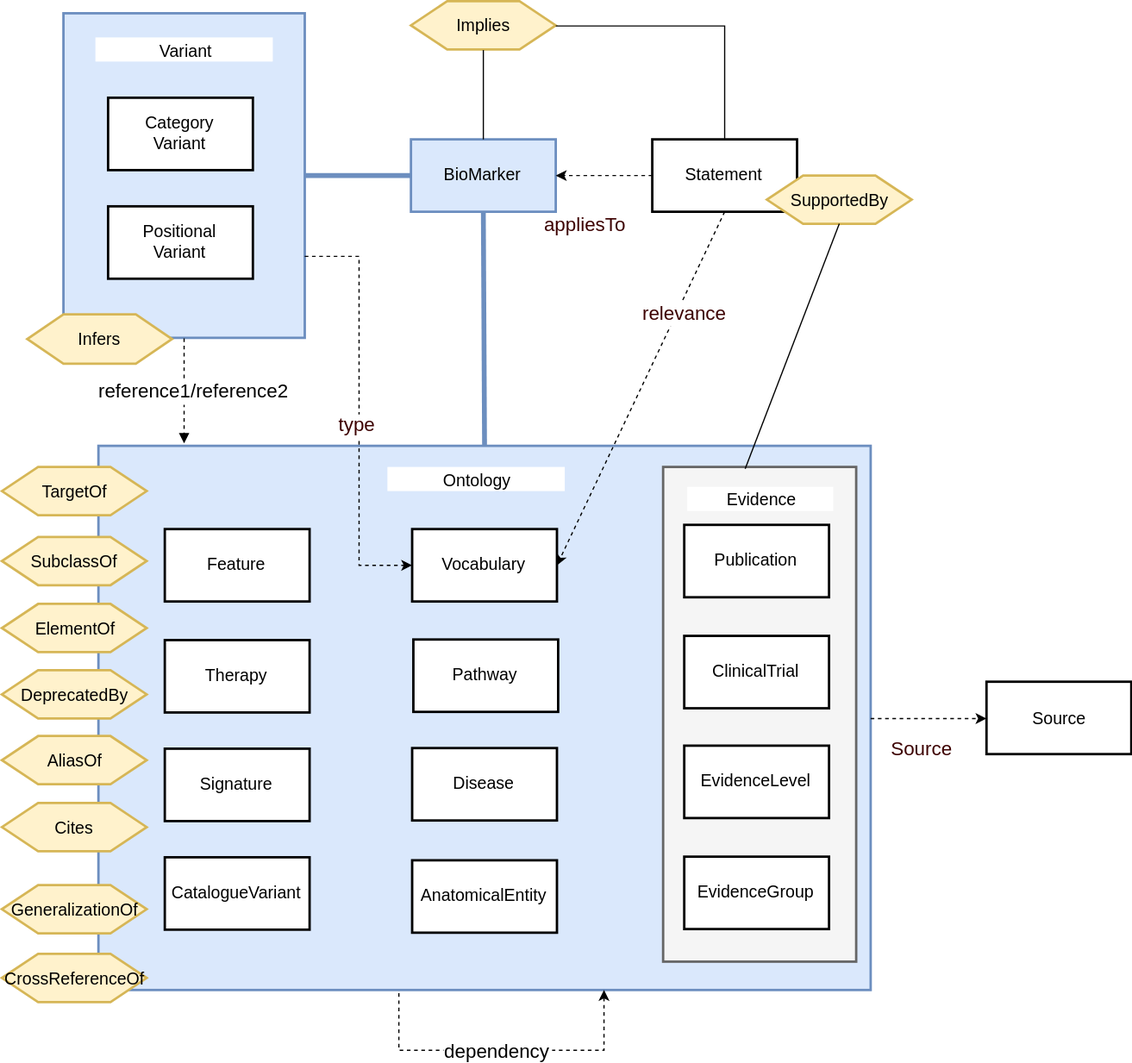
Above: doc/schema.svg in bcgsc/pori_graphkb_schema (draw.io), before the change. Source tidied: cells renumbered, new cells last; positions are measured from the earlier drawing's top-left corner, leaving out a move shared by most shapes. The source it was exported from:
```xml
<mxGraphModel>
  <root>
    <mxCell id="0" />
    <mxCell id="1" parent="0" />
    <mxCell id="2" style="whiteSpace=wrap;shadow=0;strokeWidth=2;fillColor=#dae8fc;rounded=0;fontSize=14;strokeColor=#6c8ebf;" parent="1" vertex="1">
      <mxGeometry x="80" y="369" width="640" height="451" as="geometry" />
    </mxCell>
    <mxCell id="3" style="shadow=0;strokeWidth=2;fillColor=#f5f5f5;rounded=0;fontSize=14;strokeColor=#666666;fontColor=#333333;" parent="1" vertex="1">
      <mxGeometry x="548" y="386.5" width="160" height="410" as="geometry" />
    </mxCell>
    <mxCell id="4" style="whiteSpace=wrap;shadow=0;strokeWidth=2;fillColor=#dae8fc;rounded=0;fontSize=14;strokeColor=#6c8ebf;" parent="1" vertex="1">
      <mxGeometry x="51" y="10.5" width="200" height="269" as="geometry" />
    </mxCell>
    <mxCell id="5" value="Therapy" style="rounded=0;shadow=0;strokeColor=#000000;strokeWidth=2;fillColor=#ffffff;fontSize=14;" parent="1" vertex="1">
      <mxGeometry x="135" y="530" width="120" height="60" as="geometry" />
    </mxCell>
    <mxCell id="6" value="AliasOf" style="shape=hexagon;perimeter=hexagonPerimeter2;whiteSpace=wrap;rounded=0;shadow=0;strokeWidth=2;fontSize=14;fillColor=#fff2cc;strokeColor=#d6b656;" parent="1" vertex="1">
      <mxGeometry y="609.5" width="120" height="40" as="geometry" />
    </mxCell>
    <mxCell id="7" value="DeprecatedBy" style="shape=hexagon;perimeter=hexagonPerimeter2;whiteSpace=wrap;rounded=0;shadow=0;strokeWidth=2;fontSize=14;fillColor=#fff2cc;strokeColor=#d6b656;" parent="1" vertex="1">
      <mxGeometry y="555" width="120" height="40" as="geometry" />
    </mxCell>
    <mxCell id="8" value="Statement" style="rounded=0;shadow=0;strokeColor=#000000;strokeWidth=2;fillColor=#ffffff;fontSize=14;" parent="1" vertex="1">
      <mxGeometry x="539" y="115" width="120" height="60" as="geometry" />
    </mxCell>
    <mxCell id="9" value="&#10;BioMarker&#10;" style="rounded=0;shadow=0;strokeColor=#6c8ebf;strokeWidth=2;fillColor=#dae8fc;fontSize=14;" parent="1" vertex="1">
      <mxGeometry x="339" y="115" width="120" height="60" as="geometry" />
    </mxCell>
    <mxCell id="10" style="rounded=0;exitX=0.5;exitY=1;startArrow=none;startFill=0;endArrow=none;endFill=0;jettySize=auto;strokeWidth=4;fillColor=#dae8fc;fontSize=14;strokeColor=#6c8ebf;entryX=0.5;entryY=0;" parent="1" edge="1" source="9" target="2">
      <mxGeometry relative="1" as="geometry" />
    </mxCell>
    <mxCell id="11" value="Implies" style="shape=hexagon;perimeter=hexagonPerimeter2;whiteSpace=wrap;rounded=0;shadow=0;strokeWidth=2;fontSize=14;fillColor=#fff2cc;strokeColor=#d6b656;" parent="1" vertex="1">
      <mxGeometry x="339" y="0.5" width="120" height="40" as="geometry" />
    </mxCell>
    <mxCell id="12" value="SupportedBy" style="shape=hexagon;perimeter=hexagonPerimeter2;whiteSpace=wrap;rounded=0;shadow=0;strokeWidth=2;fontSize=14;fillColor=#fff2cc;strokeColor=#d6b656;" parent="1" vertex="1">
      <mxGeometry x="634" y="145" width="120" height="40" as="geometry" />
    </mxCell>
    <mxCell id="13" style="rounded=0;exitX=0.5;exitY=1;startArrow=none;startFill=0;endArrow=none;endFill=0;jettySize=auto;strokeWidth=1;fillColor=#ffffff;fontSize=14;entryX=0.428;entryY=0.004;entryPerimeter=0;" parent="1" edge="1" source="12" target="3">
      <mxGeometry relative="1" as="geometry" />
    </mxCell>
    <mxCell id="14" value="Infers" style="shape=hexagon;perimeter=hexagonPerimeter2;whiteSpace=wrap;rounded=0;shadow=0;strokeWidth=2;fontSize=14;fillColor=#fff2cc;strokeColor=#d6b656;" parent="1" vertex="1">
      <mxGeometry x="21" y="260" width="120" height="41" as="geometry" />
    </mxCell>
    <mxCell id="15" value="Pathway" style="rounded=0;shadow=0;strokeColor=#000000;strokeWidth=2;fillColor=#ffffff;fontSize=14;" parent="1" vertex="1">
      <mxGeometry x="341" y="529.5" width="120" height="60" as="geometry" />
    </mxCell>
    <mxCell id="16" value="Evidence" style="text;strokeColor=none;fillColor=#ffffff;align=center;verticalAlign=middle;whiteSpace=wrap;rounded=0;shadow=0;fontSize=14;" parent="1" vertex="1">
      <mxGeometry x="568" y="403" width="121" height="20" as="geometry" />
    </mxCell>
    <mxCell id="17" value="Publication" style="rounded=0;shadow=0;strokeColor=#000000;strokeWidth=2;fillColor=#ffffff;fontSize=14;" parent="1" vertex="1">
      <mxGeometry x="565.5" y="434.5" width="120" height="60" as="geometry" />
    </mxCell>
    <mxCell id="18" value="ClinicalTrial" style="rounded=0;shadow=0;strokeColor=#000000;strokeWidth=2;fillColor=#ffffff;fontSize=14;" parent="1" vertex="1">
      <mxGeometry x="565.5" y="526.5" width="120" height="60" as="geometry" />
    </mxCell>
    <mxCell id="19" value="Ontology" style="text;strokeColor=none;fillColor=#ffffff;align=center;verticalAlign=middle;whiteSpace=wrap;rounded=0;shadow=0;fontSize=14;" parent="1" vertex="1">
      <mxGeometry x="319.5" y="386.5" width="147" height="20" as="geometry" />
    </mxCell>
    <mxCell id="20" value="ElementOf" style="shape=hexagon;perimeter=hexagonPerimeter2;whiteSpace=wrap;rounded=0;shadow=0;strokeWidth=2;fontSize=14;fillColor=#fff2cc;strokeColor=#d6b656;" parent="1" vertex="1">
      <mxGeometry y="500" width="120" height="40" as="geometry" />
    </mxCell>
    <mxCell id="21" value="SubclassOf" style="shape=hexagon;perimeter=hexagonPerimeter2;whiteSpace=wrap;rounded=0;shadow=0;strokeWidth=2;fontSize=14;fillColor=#fff2cc;strokeColor=#d6b656;" parent="1" vertex="1">
      <mxGeometry y="444.5" width="120" height="40" as="geometry" />
    </mxCell>
    <mxCell id="22" value="Feature" style="rounded=0;shadow=0;strokeColor=#000000;strokeWidth=2;fillColor=#ffffff;fontSize=14;" parent="1" vertex="1">
      <mxGeometry x="135" y="438" width="120" height="60" as="geometry" />
    </mxCell>
    <mxCell id="23" value="Vocabulary" style="rounded=0;shadow=0;strokeColor=#000000;strokeWidth=2;fillColor=#ffffff;fontSize=14;" parent="1" vertex="1">
      <mxGeometry x="340" y="438" width="120" height="60" as="geometry" />
    </mxCell>
    <mxCell id="24" value="&#10;Positional&#10;Variant&#10;" style="rounded=0;shadow=0;strokeColor=#000000;strokeWidth=2;fillColor=#ffffff;fontSize=14;" parent="1" vertex="1">
      <mxGeometry x="88" y="170.5" width="120" height="60" as="geometry" />
    </mxCell>
    <mxCell id="25" value="&#10;Category&#10;Variant&#10;" style="rounded=0;shadow=0;strokeColor=#000000;strokeWidth=2;fillColor=#ffffff;fontSize=14;" parent="1" vertex="1">
      <mxGeometry x="88" y="80.5" width="120" height="60" as="geometry" />
    </mxCell>
    <mxCell id="26" value="Variant" style="text;strokeColor=none;fillColor=#ffffff;align=center;verticalAlign=middle;whiteSpace=wrap;rounded=0;shadow=0;fontSize=14;" parent="1" vertex="1">
      <mxGeometry x="77.5" y="30.5" width="147" height="20" as="geometry" />
    </mxCell>
    <mxCell id="27" style="edgeStyle=orthogonalEdgeStyle;rounded=0;exitX=0;exitY=0.5;entryX=1;entryY=0.5;endArrow=none;endFill=0;strokeWidth=4;fillColor=#dae8fc;fontSize=14;strokeColor=#6c8ebf;startArrow=none;" parent="1" edge="1" source="9" target="4">
      <mxGeometry relative="1" as="geometry" />
    </mxCell>
    <mxCell id="28" value="Source" style="rounded=0;whiteSpace=wrap;shadow=0;strokeColor=#000000;strokeWidth=2;fillColor=#ffffff;fontSize=14;" parent="1" vertex="1">
      <mxGeometry x="816" y="564.5" width="120" height="60" as="geometry" />
    </mxCell>
    <mxCell id="29" value="TargetOf" style="shape=hexagon;perimeter=hexagonPerimeter2;whiteSpace=wrap;rounded=0;shadow=0;strokeWidth=2;fontSize=14;fillColor=#fff2cc;strokeColor=#d6b656;" parent="1" vertex="1">
      <mxGeometry y="386.5" width="120" height="40" as="geometry" />
    </mxCell>
    <mxCell id="30" style="rounded=0;exitX=0.5;exitY=1;endArrow=block;endFill=1;strokeWidth=1;fillColor=#ffffff;dashed=1;" parent="1" edge="1" source="4">
      <mxGeometry relative="1" as="geometry">
        <mxPoint x="151" y="367" as="targetPoint" />
      </mxGeometry>
    </mxCell>
    <mxCell id="31" value="reference1/reference2" style="text;align=center;verticalAlign=middle;labelBackgroundColor=#ffffff;fontSize=16;" parent="30" vertex="1">
      <mxGeometry x="-0.23" y="2" relative="1" as="geometry">
        <mxPoint x="5.5" y="9" as="offset" />
      </mxGeometry>
    </mxCell>
    <mxCell id="32" value="Signature" style="rounded=0;shadow=0;strokeColor=#000000;strokeWidth=2;fillColor=#ffffff;fontSize=14;" parent="1" vertex="1">
      <mxGeometry x="135" y="620" width="120" height="60" as="geometry" />
    </mxCell>
    <mxCell id="33" style="edgeStyle=orthogonalEdgeStyle;rounded=0;exitX=0.5;exitY=1;startArrow=classic;startFill=1;endArrow=none;endFill=0;strokeWidth=1;fillColor=#ffffff;fontSize=16;entryX=0.25;entryY=1;dashed=1;" parent="1" edge="1">
      <mxGeometry relative="1" as="geometry">
        <mxPoint x="498.5" y="819.5" as="sourcePoint" />
        <mxPoint x="328.5" y="819.5" as="targetPoint" />
        <Array as="points">
          <mxPoint x="473.5" y="869.5" />
          <mxPoint x="316.5" y="869.5" />
        </Array>
      </mxGeometry>
    </mxCell>
    <mxCell id="34" value="dependency" style="text;align=center;verticalAlign=middle;labelBackgroundColor=#ffffff;fontSize=16;" parent="33" vertex="1">
      <mxGeometry x="0.13" relative="1" as="geometry">
        <mxPoint x="13" as="offset" />
      </mxGeometry>
    </mxCell>
    <mxCell id="35" value="Cites" style="shape=hexagon;perimeter=hexagonPerimeter2;whiteSpace=wrap;rounded=0;shadow=0;strokeWidth=2;fontSize=14;fillColor=#fff2cc;strokeColor=#d6b656;" parent="1" vertex="1">
      <mxGeometry y="665" width="120" height="40" as="geometry" />
    </mxCell>
    <mxCell id="36" value="EvidenceLevel" style="rounded=0;shadow=0;strokeColor=#000000;strokeWidth=2;fillColor=#ffffff;fontSize=14;" parent="1" vertex="1">
      <mxGeometry x="565.5" y="617.5" width="120" height="60" as="geometry" />
    </mxCell>
    <mxCell id="37" style="edgeStyle=orthogonalEdgeStyle;rounded=0;exitX=0.5;exitY=0;entryX=0.5;entryY=1;startArrow=none;startFill=0;endArrow=none;endFill=0;strokeWidth=1;fillColor=#ffffff;fontSize=14;fontColor=#660000;" parent="1" edge="1" source="9" target="11">
      <mxGeometry relative="1" as="geometry" />
    </mxCell>
    <mxCell id="38" style="edgeStyle=orthogonalEdgeStyle;rounded=0;exitX=1;exitY=0.5;entryX=0.5;entryY=0;startArrow=none;startFill=0;endArrow=none;endFill=0;strokeWidth=1;fillColor=#ffffff;fontSize=14;fontColor=#660000;" parent="1" edge="1" source="11" target="8">
      <mxGeometry relative="1" as="geometry" />
    </mxCell>
    <mxCell id="39" style="rounded=0;entryX=0;entryY=0.5;startArrow=none;startFill=0;endArrow=classic;endFill=1;strokeWidth=1;fillColor=#ffffff;fontSize=14;fontColor=#660000;dashed=1;exitX=1;exitY=0.5;" parent="1" edge="1" source="2" target="28">
      <mxGeometry relative="1" as="geometry" />
    </mxCell>
    <mxCell id="40" value="Source" style="text;align=center;verticalAlign=middle;labelBackgroundColor=#ffffff;fontSize=16;fontColor=#3D0000;" parent="39" vertex="1">
      <mxGeometry x="0.12" y="-2" relative="1" as="geometry">
        <mxPoint x="-12" y="22.5" as="offset" />
      </mxGeometry>
    </mxCell>
    <mxCell id="41" style="edgeStyle=orthogonalEdgeStyle;rounded=0;exitX=0;exitY=0.5;dashed=1;startArrow=none;startFill=0;endArrow=classic;endFill=1;strokeWidth=1;fillColor=#ffffff;fontSize=16;fontColor=#3D0000;entryX=1;entryY=0.5;" parent="1" edge="1" source="8" target="9">
      <mxGeometry relative="1" as="geometry" />
    </mxCell>
    <mxCell id="42" value="appliesTo" style="text;align=center;verticalAlign=middle;labelBackgroundColor=#ffffff;fontSize=16;fontColor=#3D0000;" parent="41" vertex="1">
      <mxGeometry x="-0.44" y="2" relative="1" as="geometry">
        <mxPoint x="-33" y="38" as="offset" />
      </mxGeometry>
    </mxCell>
    <mxCell id="43" style="rounded=0;exitX=0.5;exitY=1;dashed=1;startArrow=none;startFill=0;endArrow=classic;endFill=1;strokeWidth=1;fillColor=#ffffff;fontSize=16;fontColor=#3D0000;entryX=1;entryY=0.5;" parent="1" edge="1" source="8" target="23">
      <mxGeometry relative="1" as="geometry" />
    </mxCell>
    <mxCell id="44" value="relevance" style="text;align=center;verticalAlign=middle;labelBackgroundColor=#ffffff;fontSize=16;fontColor=#3D0000;" parent="43" vertex="1">
      <mxGeometry x="-0.45" y="5" relative="1" as="geometry">
        <mxPoint y="1" as="offset" />
      </mxGeometry>
    </mxCell>
    <mxCell id="45" value="Disease" style="rounded=0;shadow=0;strokeColor=#000000;strokeWidth=2;fillColor=#ffffff;fontSize=14;" parent="1" vertex="1">
      <mxGeometry x="340" y="619.5" width="120" height="60" as="geometry" />
    </mxCell>
    <mxCell id="46" style="rounded=0;exitX=1;exitY=0.75;entryX=0;entryY=0.5;dashed=1;startArrow=none;startFill=0;endArrow=classic;endFill=1;strokeWidth=1;fillColor=#ffffff;fontSize=16;fontColor=#3D0000;edgeStyle=orthogonalEdgeStyle;" parent="1" edge="1" source="4" target="23">
      <mxGeometry relative="1" as="geometry" />
    </mxCell>
    <mxCell id="47" value="type" style="text;align=center;verticalAlign=middle;labelBackgroundColor=#ffffff;fontSize=16;fontColor=#3D0000;" parent="46" vertex="1">
      <mxGeometry x="0.07" y="5" relative="1" as="geometry">
        <mxPoint x="-7" y="-1" as="offset" />
      </mxGeometry>
    </mxCell>
    <mxCell id="48" value="GeneralizationOf" style="shape=hexagon;perimeter=hexagonPerimeter2;whiteSpace=wrap;rounded=0;shadow=0;strokeWidth=2;fontSize=14;fillColor=#fff2cc;strokeColor=#d6b656;" parent="1" vertex="1">
      <mxGeometry y="733" width="120" height="40" as="geometry" />
    </mxCell>
    <mxCell id="49" value="CrossReferenceOf" style="shape=hexagon;perimeter=hexagonPerimeter2;whiteSpace=wrap;rounded=0;shadow=0;strokeWidth=2;fontSize=14;fillColor=#fff2cc;strokeColor=#d6b656;" parent="1" vertex="1">
      <mxGeometry y="790" width="120" height="40" as="geometry" />
    </mxCell>
    <mxCell id="50" value="EvidenceGroup" style="rounded=0;shadow=0;strokeColor=#000000;strokeWidth=2;fillColor=#ffffff;fontSize=14;" parent="1" vertex="1">
      <mxGeometry x="565.5" y="709.5" width="120" height="60" as="geometry" />
    </mxCell>
    <mxCell id="51" value="CatalogueVariant" style="rounded=0;shadow=0;strokeColor=#000000;strokeWidth=2;fillColor=#ffffff;fontSize=14;" parent="1" vertex="1">
      <mxGeometry x="135" y="710" width="120" height="60" as="geometry" />
    </mxCell>
    <mxCell id="52" value="AnatomicalEntity" style="rounded=0;shadow=0;strokeColor=#000000;strokeWidth=2;fillColor=#ffffff;fontSize=14;" parent="1" vertex="1">
      <mxGeometry x="340" y="712.5" width="120" height="60" as="geometry" />
    </mxCell>
  </root>
</mxGraphModel>
```
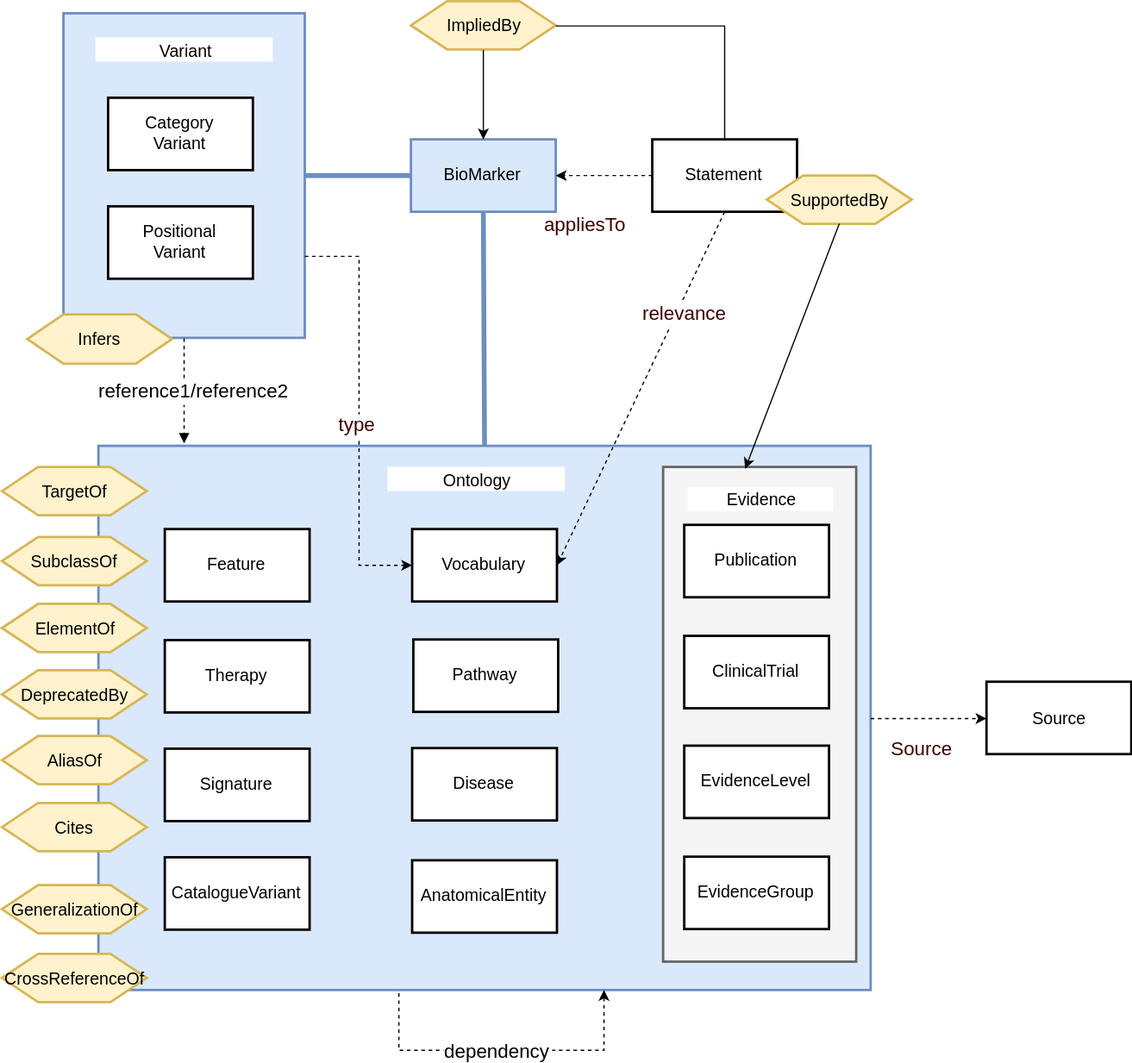
The same diagram one commit later.

Commit message:
KBDEV-312: Flip Implies to ImpliedBy

Change to the diagram source:
```diff
@@ -29,13 +29,13 @@
     <mxCell id="10" style="rounded=0;exitX=0.5;exitY=1;startArrow=none;startFill=0;endArrow=none;endFill=0;jettySize=auto;strokeWidth=4;fillColor=#dae8fc;fontSize=14;strokeColor=#6c8ebf;entryX=0.5;entryY=0;" parent="1" edge="1" source="9" target="2">
       <mxGeometry relative="1" as="geometry" />
     </mxCell>
-    <mxCell id="11" value="Implies" style="shape=hexagon;perimeter=hexagonPerimeter2;whiteSpace=wrap;rounded=0;shadow=0;strokeWidth=2;fontSize=14;fillColor=#fff2cc;strokeColor=#d6b656;" parent="1" vertex="1">
+    <mxCell id="11" value="ImpliedBy" style="shape=hexagon;perimeter=hexagonPerimeter2;whiteSpace=wrap;rounded=0;shadow=0;strokeWidth=2;fontSize=14;fillColor=#fff2cc;strokeColor=#d6b656;" parent="1" vertex="1">
       <mxGeometry x="339" y="0.5" width="120" height="40" as="geometry" />
     </mxCell>
     <mxCell id="12" value="SupportedBy" style="shape=hexagon;perimeter=hexagonPerimeter2;whiteSpace=wrap;rounded=0;shadow=0;strokeWidth=2;fontSize=14;fillColor=#fff2cc;strokeColor=#d6b656;" parent="1" vertex="1">
       <mxGeometry x="634" y="145" width="120" height="40" as="geometry" />
     </mxCell>
-    <mxCell id="13" style="rounded=0;exitX=0.5;exitY=1;startArrow=none;startFill=0;endArrow=none;endFill=0;jettySize=auto;strokeWidth=1;fillColor=#ffffff;fontSize=14;entryX=0.428;entryY=0.004;entryPerimeter=0;" parent="1" edge="1" source="12" target="3">
+    <mxCell id="13" style="rounded=0;exitX=0.5;exitY=1;startArrow=none;startFill=0;endArrow=classic;endFill=1;jettySize=auto;strokeWidth=1;fillColor=#ffffff;fontSize=14;entryX=0.428;entryY=0.004;entryPerimeter=0;" parent="1" edge="1" source="12" target="3">
       <mxGeometry relative="1" as="geometry" />
     </mxCell>
     <mxCell id="14" value="Infers" style="shape=hexagon;perimeter=hexagonPerimeter2;whiteSpace=wrap;rounded=0;shadow=0;strokeWidth=2;fontSize=14;fillColor=#fff2cc;strokeColor=#d6b656;" parent="1" vertex="1">
@@ -120,7 +120,7 @@
     <mxCell id="36" value="EvidenceLevel" style="rounded=0;shadow=0;strokeColor=#000000;strokeWidth=2;fillColor=#ffffff;fontSize=14;" parent="1" vertex="1">
       <mxGeometry x="565.5" y="617.5" width="120" height="60" as="geometry" />
     </mxCell>
-    <mxCell id="37" style="edgeStyle=orthogonalEdgeStyle;rounded=0;exitX=0.5;exitY=0;entryX=0.5;entryY=1;startArrow=none;startFill=0;endArrow=none;endFill=0;strokeWidth=1;fillColor=#ffffff;fontSize=14;fontColor=#660000;" parent="1" edge="1" source="9" target="11">
+    <mxCell id="37" style="edgeStyle=orthogonalEdgeStyle;rounded=0;exitX=0.5;exitY=0;entryX=0.5;entryY=1;startArrow=classic;startFill=1;endArrow=none;endFill=0;strokeWidth=1;fillColor=#ffffff;fontSize=14;fontColor=#660000;" parent="1" edge="1" source="9" target="11">
       <mxGeometry relative="1" as="geometry" />
     </mxCell>
     <mxCell id="38" style="edgeStyle=orthogonalEdgeStyle;rounded=0;exitX=1;exitY=0.5;entryX=0.5;entryY=0;startArrow=none;startFill=0;endArrow=none;endFill=0;strokeWidth=1;fillColor=#ffffff;fontSize=14;fontColor=#660000;" parent="1" edge="1" source="11" target="8">
```
